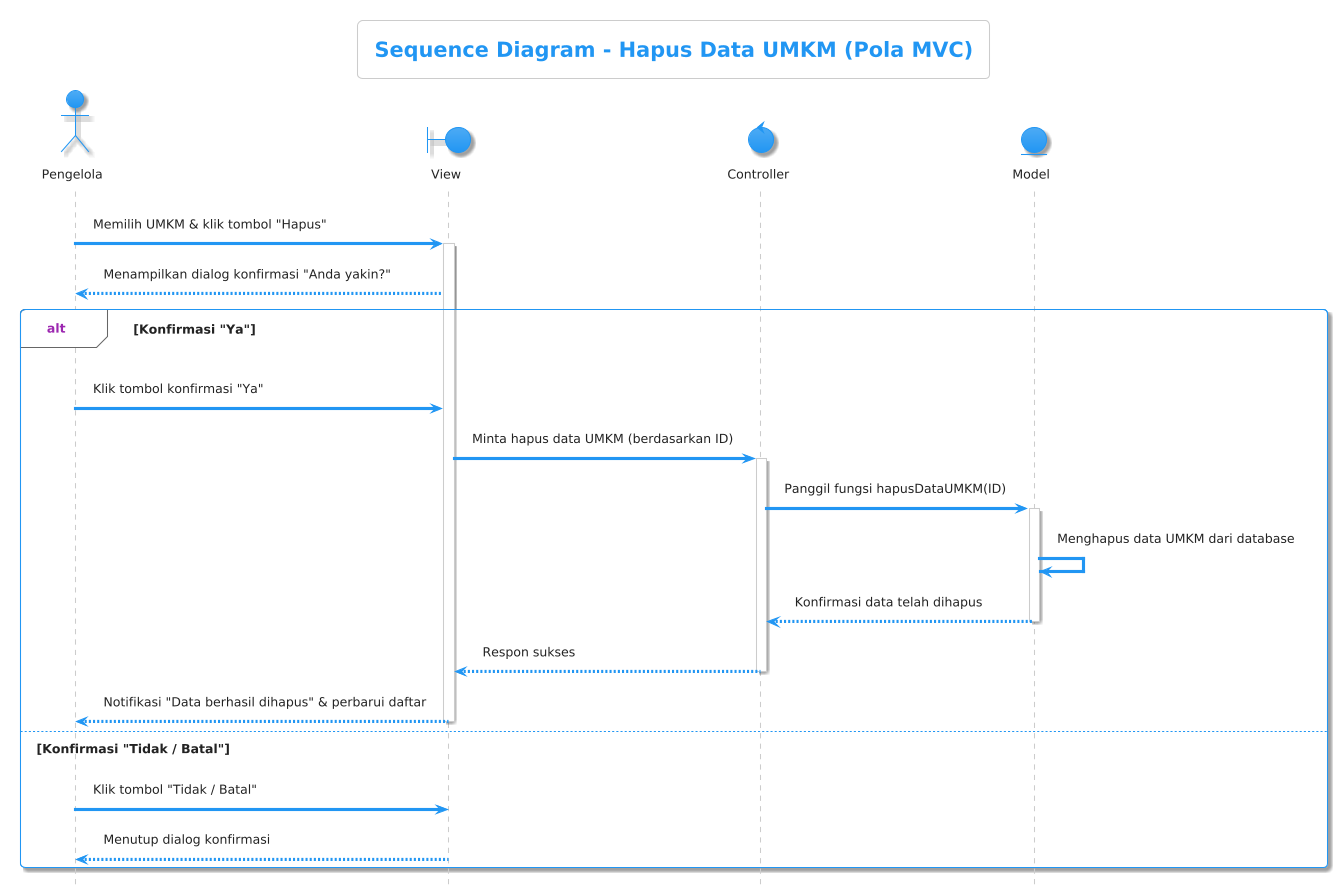
Before: sequence/kelola umkm/delete/delete.png, a diagram exported from PlantUML (Mrmgnt/diagram-kp). Source of this version:
```plantuml
@startuml
!theme materia

title Sequence Diagram - Hapus Data UMKM (Pola MVC)
hide footbox

actor "Pengelola" as Pengguna
boundary "View" as View
control "Controller" as Controller
entity "Model" as Model

Pengguna -> View: Memilih UMKM & klik tombol "Hapus"
activate View

View --> Pengguna: Menampilkan dialog konfirmasi "Anda yakin?"

alt Konfirmasi "Ya"
    Pengguna -> View: Klik tombol konfirmasi "Ya"

    View -> Controller: Minta hapus data UMKM (berdasarkan ID)
    activate Controller

    Controller -> Model: Panggil fungsi hapusDataUMKM(ID)
    activate Model

    Model -> Model: Menghapus data UMKM dari database
    Model --> Controller: Konfirmasi data telah dihapus
    deactivate Model

    Controller --> View: Respon sukses
    deactivate Controller

    View --> Pengguna: Notifikasi "Data berhasil dihapus" & perbarui daftar
    deactivate View
else Konfirmasi "Tidak / Batal"
    Pengguna -> View: Klik tombol "Tidak / Batal"

    View --> Pengguna: Menutup dialog konfirmasi
    deactivate View
end
@enduml
```
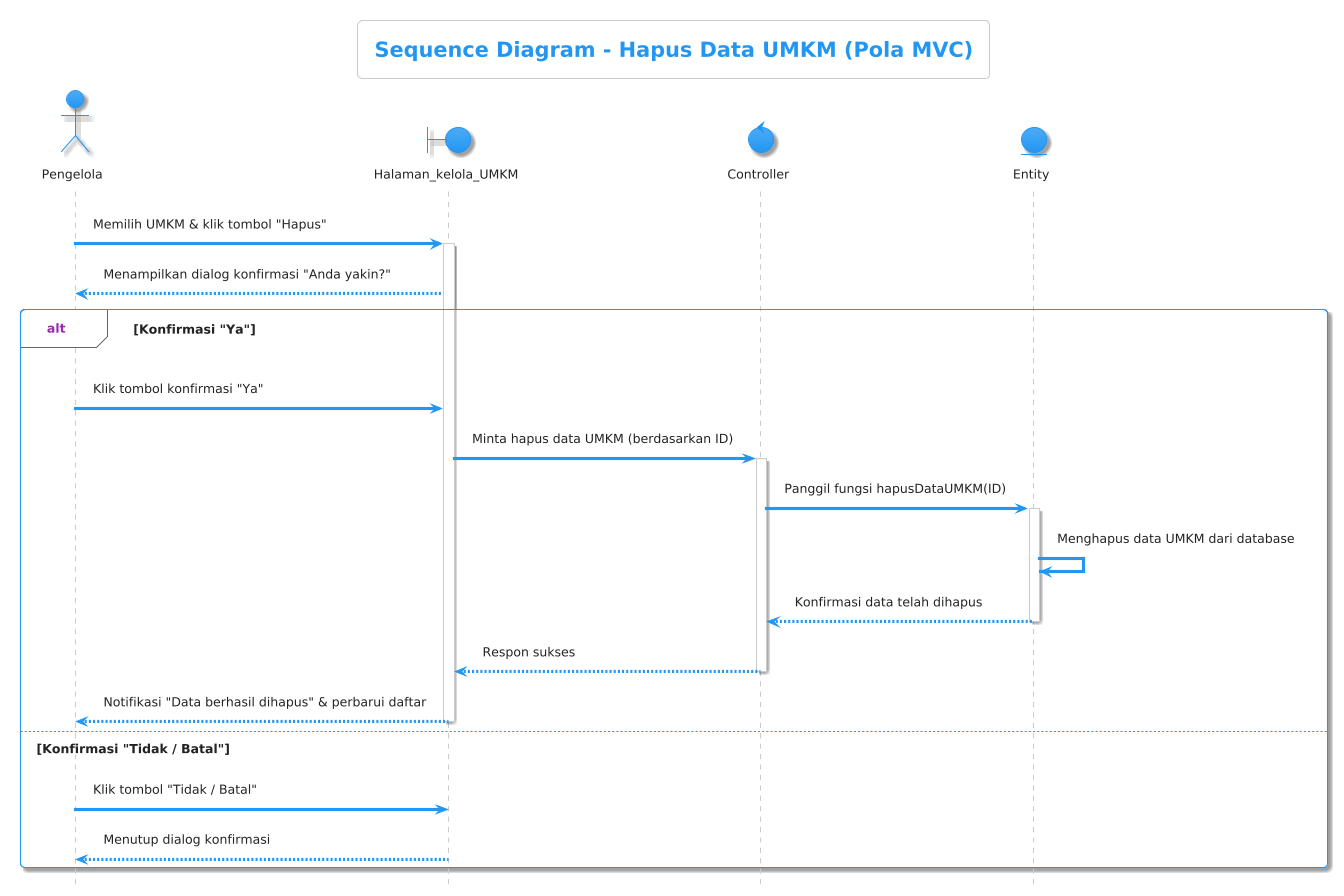
Above is the later version.

The edit, as a diff of the source:
```diff
@@ -5,37 +5,37 @@
 hide footbox
 
 actor "Pengelola" as Pengguna
-boundary "View" as View
+boundary "Halaman_kelola_UMKM" as Halaman_kelola_UMKM
 control "Controller" as Controller
-entity "Model" as Model
+entity "Entity" as Entity
 
-Pengguna -> View: Memilih UMKM & klik tombol "Hapus"
-activate View
+Pengguna -> Halaman_kelola_UMKM: Memilih UMKM & klik tombol "Hapus"
+activate Halaman_kelola_UMKM
 
-View --> Pengguna: Menampilkan dialog konfirmasi "Anda yakin?"
+Halaman_kelola_UMKM --> Pengguna: Menampilkan dialog konfirmasi "Anda yakin?"
 
 alt Konfirmasi "Ya"
-    Pengguna -> View: Klik tombol konfirmasi "Ya"
+    Pengguna -> Halaman_kelola_UMKM: Klik tombol konfirmasi "Ya"
 
-    View -> Controller: Minta hapus data UMKM (berdasarkan ID)
+    Halaman_kelola_UMKM -> Controller: Minta hapus data UMKM (berdasarkan ID)
     activate Controller
 
-    Controller -> Model: Panggil fungsi hapusDataUMKM(ID)
-    activate Model
+    Controller -> Entity: Panggil fungsi hapusDataUMKM(ID)
+    activate Entity
 
-    Model -> Model: Menghapus data UMKM dari database
-    Model --> Controller: Konfirmasi data telah dihapus
-    deactivate Model
+    Entity -> Entity: Menghapus data UMKM dari database
+    Entity --> Controller: Konfirmasi data telah dihapus
+    deactivate Entity
 
-    Controller --> View: Respon sukses
+    Controller --> Halaman_kelola_UMKM: Respon sukses
     deactivate Controller
 
-    View --> Pengguna: Notifikasi "Data berhasil dihapus" & perbarui daftar
-    deactivate View
+    Halaman_kelola_UMKM --> Pengguna: Notifikasi "Data berhasil dihapus" & perbarui daftar
+    deactivate Halaman_kelola_UMKM
 else Konfirmasi "Tidak / Batal"
-    Pengguna -> View: Klik tombol "Tidak / Batal"
+    Pengguna -> Halaman_kelola_UMKM: Klik tombol "Tidak / Batal"
 
-    View --> Pengguna: Menutup dialog konfirmasi
-    deactivate View
+    Halaman_kelola_UMKM --> Pengguna: Menutup dialog konfirmasi
+    deactivate Halaman_kelola_UMKM
 end
 @enduml
```
